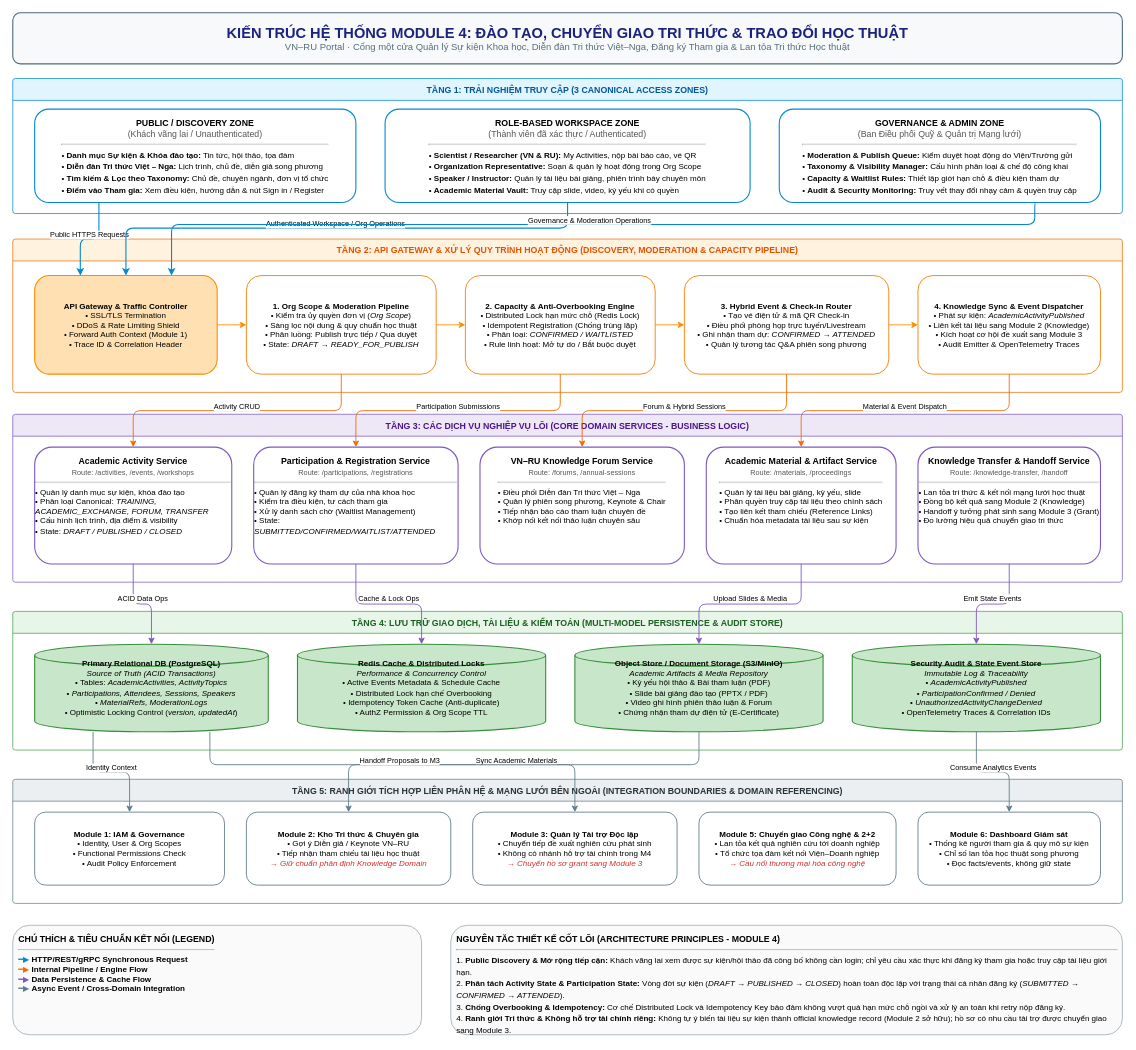
Earlier version of the draw.io diagram Module 4/Architecture/module4_architecture.drawio (namdev131/vn-ru-network). Source tidied: cells renumbered, new cells numbered last; positions are measured from the earlier drawing's top-left corner, leaving out a move shared by most shapes. Both pictures are drawn from the tidied source at 73%, with x=0, y=0 at pixel (12, 12).
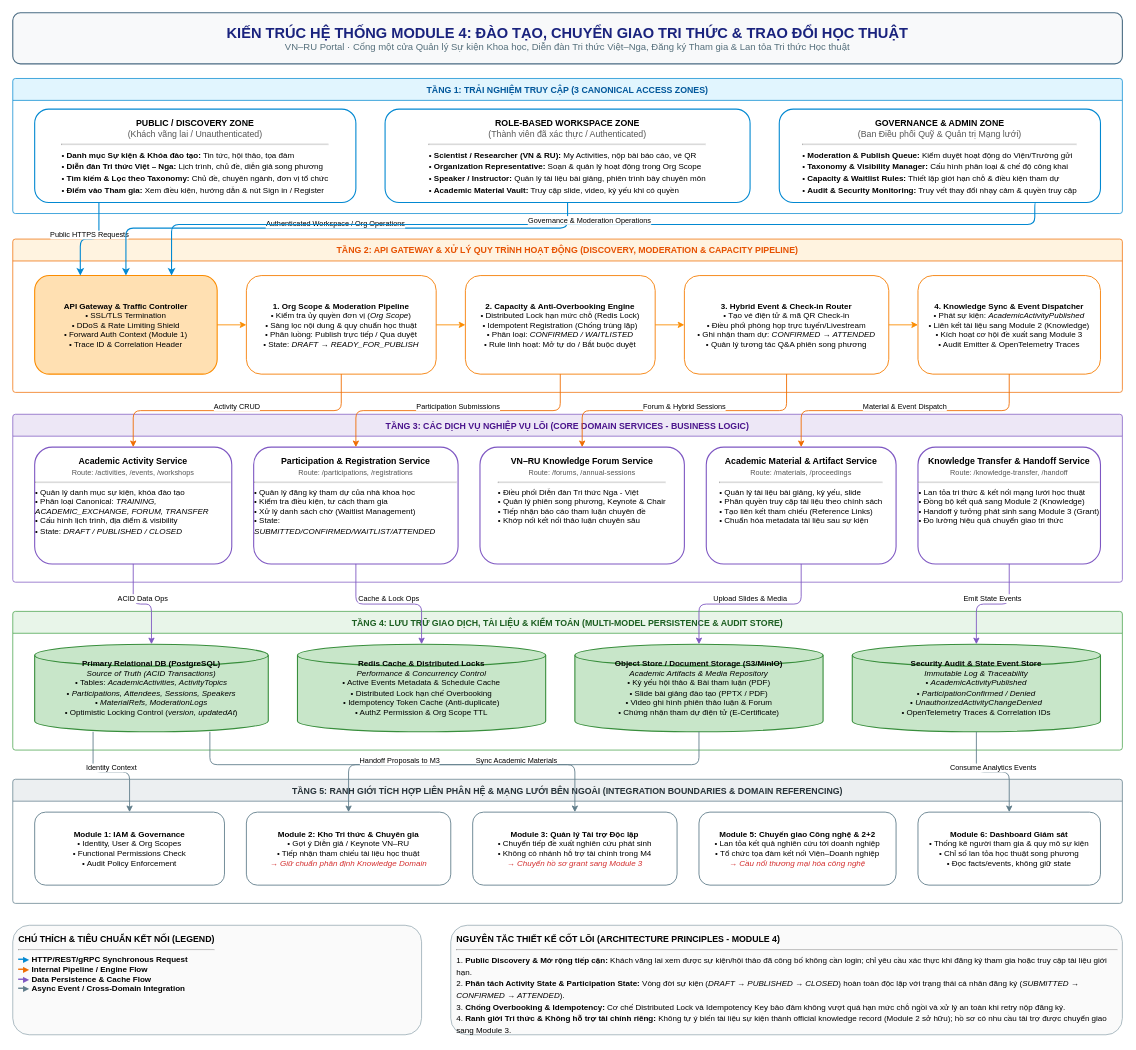
After the change.

Unchanged cells that the change refers to:
```xml
<mxCell id="13" value="TẦNG 3: CÁC DỊCH VỤ NGHIỆP VỤ LÕI (CORE DOMAIN SERVICES - BUSINESS LOGIC)" style="swimlane;startSize=30;fillColor=#ede7f6;strokeColor=#7e57c2;fontStyle=1;fontSize=12;fontColor=#4a148c;rounded=1;arcSize=4;" parent="1" vertex="1">
  <mxGeometry y="550" width="1520" height="230" as="geometry" />
</mxCell>
```

Change to the diagram source:
```diff
@@
-    <mxCell id="16" value="&lt;b&gt;VN–RU Knowledge Forum Service&lt;/b&gt;&lt;br&gt;&lt;span style=&quot;font-size: 10px; color: #555;&quot;&gt;Route: /forums, /annual-sessions&lt;/span&gt;&lt;hr&gt;&lt;div align=&quot;left&quot; style=&quot;font-size: 11px;&quot;&gt;• Điều phối Diễn đàn Tri thức Việt – Nga&lt;br&gt;• Quản lý phiên song phương, Keynote &amp;amp; Chair&lt;br&gt;• Tiếp nhận báo cáo tham luận chuyên đề&lt;br&gt;• Khớp nối kết nối thảo luận chuyên sâu&lt;/div&gt;" style="rounded=1;whiteSpace=wrap;html=1;fillColor=#ffffff;strokeColor=#7e57c2;strokeWidth=1.5;verticalAlign=top;align=center;spacingTop=6;" parent="13" vertex="1">
+    <mxCell id="16" value="&lt;b&gt;VN–RU Knowledge Forum Service&lt;/b&gt;&lt;br&gt;&lt;span style=&quot;font-size: 10px; color: rgb(85, 85, 85);&quot;&gt;Route: /forums, /annual-sessions&lt;/span&gt;&lt;hr&gt;&lt;div align=&quot;left&quot; style=&quot;font-size: 11px;&quot;&gt;• Điều phối Diễn đàn Tri thức Nga - Việt&lt;br&gt;• Quản lý phiên song phương, Keynote &amp;amp; Chair&lt;br&gt;• Tiếp nhận báo cáo tham luận chuyên đề&lt;br&gt;• Khớp nối kết nối thảo luận chuyên sâu&lt;/div&gt;" style="rounded=1;whiteSpace=wrap;html=1;fillColor=#ffffff;strokeColor=#7e57c2;strokeWidth=1.5;verticalAlign=top;align=center;spacingTop=6;" parent="13" vertex="1">
       <mxGeometry x="640" y="45" width="280" height="160" as="geometry" />
     </mxCell>
```
